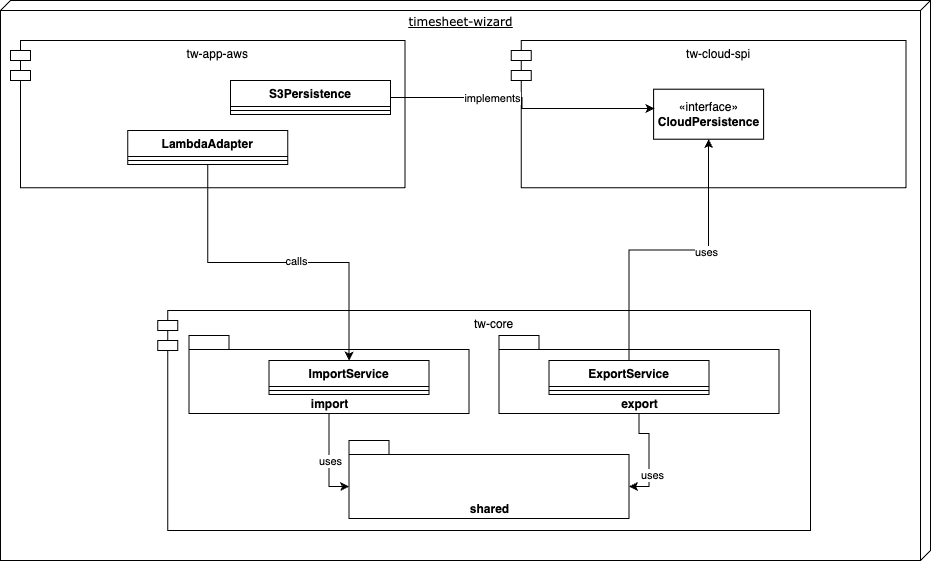
The draw.io diagram docs/assets/static.drawio.png in tinohertlein/timesheet-wizard, before a commit. Source tidied: cells renumbered, new cells last; positions are measured from the earlier drawing's top-left corner, leaving out a move shared by most shapes. The source it was exported from:
```xml
<mxGraphModel>
  <root>
    <mxCell id="0" />
    <mxCell id="1" parent="0" />
    <mxCell id="2" style="group;align=center;verticalAlign=bottom;" parent="1" vertex="1">
      <mxGeometry width="930" height="560" as="geometry" />
    </mxCell>
    <mxCell id="3" value="timesheet-wizard" style="verticalAlign=top;align=center;spacingTop=8;spacingLeft=2;spacingRight=12;shape=cube;size=10;direction=south;fontStyle=4;html=1;rounded=0;shadow=0;comic=0;labelBackgroundColor=none;strokeWidth=1;fontFamily=Verdana;fontSize=12;" parent="2" vertex="1">
      <mxGeometry width="930" height="560" as="geometry" />
    </mxCell>
    <mxCell id="4" value="tw-app-aws" style="shape=module;align=left;spacingLeft=20;align=center;verticalAlign=top;" parent="2" vertex="1">
      <mxGeometry x="10" y="40" width="394.5" height="147.4" as="geometry" />
    </mxCell>
    <mxCell id="5" value="tw-cloud-spi" style="shape=module;align=left;spacingLeft=20;align=center;verticalAlign=top;" parent="2" vertex="1">
      <mxGeometry x="510.8" y="40" width="394.5" height="147.4" as="geometry" />
    </mxCell>
    <mxCell id="6" value="tw-core" style="shape=module;align=left;spacingLeft=20;align=center;verticalAlign=top;" parent="2" vertex="1">
      <mxGeometry x="157.2" y="310" width="652.8" height="220" as="geometry" />
    </mxCell>
    <mxCell id="7" value="«interface»&lt;br&gt;&lt;b&gt;CloudPersistence&lt;/b&gt;" style="html=1;" parent="2" vertex="1">
      <mxGeometry x="653.1" y="88.7" width="110" height="50" as="geometry" />
    </mxCell>
    <mxCell id="8" value="S3Persistence" style="swimlane;fontStyle=1;align=center;verticalAlign=top;horizontal=1;startSize=26;" parent="2" vertex="1">
      <mxGeometry x="230" y="80" width="160" height="34" as="geometry" />
    </mxCell>
    <mxCell id="9" style="line;strokeWidth=1;fillColor=none;align=left;verticalAlign=middle;spacingTop=-1;spacingLeft=3;spacingRight=3;labelPosition=right;strokeColor=inherit;" parent="8" vertex="1">
      <mxGeometry y="26" width="160" height="8" as="geometry" />
    </mxCell>
    <mxCell id="10" style="edgeStyle=orthogonalEdgeStyle;rounded=0;jettySize=auto;html=1;entryX=0.008;entryY=0.386;entryDx=0;entryDy=0;entryPerimeter=0;exitX=1;exitY=0.5;exitDx=0;exitDy=0;" parent="2" edge="1" source="8" target="7">
      <mxGeometry relative="1" as="geometry" />
    </mxCell>
    <mxCell id="11" value="implements" style="edgeLabel;html=1;align=center;verticalAlign=middle;" parent="10" vertex="1">
      <mxGeometry x="-0.27" relative="1" as="geometry" />
    </mxCell>
    <mxCell id="12" value="LambdaAdapter" style="swimlane;fontStyle=1;align=center;verticalAlign=top;horizontal=1;startSize=26;" parent="2" vertex="1">
      <mxGeometry x="127.3" y="130" width="160" height="34" as="geometry" />
    </mxCell>
    <mxCell id="13" style="line;strokeWidth=1;fillColor=none;align=left;verticalAlign=middle;spacingTop=-1;spacingLeft=3;spacingRight=3;labelPosition=right;strokeColor=inherit;" parent="12" vertex="1">
      <mxGeometry y="26" width="160" height="8" as="geometry" />
    </mxCell>
    <mxCell id="14" style="edgeStyle=orthogonalEdgeStyle;rounded=0;jettySize=auto;html=1;exitX=0.5;exitY=1;exitDx=0;exitDy=0;exitPerimeter=0;entryX=0;entryY=0;entryDx=0;entryDy=46;entryPerimeter=0;" parent="2" edge="1" source="16" target="24">
      <mxGeometry relative="1" as="geometry" />
    </mxCell>
    <mxCell id="15" value="uses" style="edgeLabel;html=1;align=center;verticalAlign=middle;" parent="14" vertex="1">
      <mxGeometry x="0.03" y="1" relative="1" as="geometry" />
    </mxCell>
    <mxCell id="16" value="import" style="shape=folder;fontStyle=1;spacingTop=10;tabWidth=40;tabHeight=14;tabPosition=left;html=1;verticalAlign=bottom;" parent="2" vertex="1">
      <mxGeometry x="188.6" y="335" width="280" height="78" as="geometry" />
    </mxCell>
    <mxCell id="17" value="ImportService" style="swimlane;fontStyle=1;align=center;verticalAlign=top;horizontal=1;startSize=26;" parent="2" vertex="1">
      <mxGeometry x="268.6" y="360" width="160" height="34" as="geometry" />
    </mxCell>
    <mxCell id="18" style="line;strokeWidth=1;fillColor=none;align=left;verticalAlign=middle;spacingTop=-1;spacingLeft=3;spacingRight=3;labelPosition=right;strokeColor=inherit;" parent="17" vertex="1">
      <mxGeometry y="26" width="160" height="8" as="geometry" />
    </mxCell>
    <mxCell id="19" style="edgeStyle=orthogonalEdgeStyle;rounded=0;jettySize=auto;html=1;entryX=0;entryY=0;entryDx=280;entryDy=46;entryPerimeter=0;" parent="2" edge="1" source="21" target="24">
      <mxGeometry relative="1" as="geometry" />
    </mxCell>
    <mxCell id="20" value="uses" style="edgeLabel;html=1;align=center;verticalAlign=middle;" parent="19" vertex="1">
      <mxGeometry x="0.38" y="3" relative="1" as="geometry" />
    </mxCell>
    <mxCell id="21" value="export" style="shape=folder;fontStyle=1;spacingTop=10;tabWidth=40;tabHeight=14;tabPosition=left;html=1;verticalAlign=bottom;" parent="2" vertex="1">
      <mxGeometry x="498.6" y="335" width="280" height="78" as="geometry" />
    </mxCell>
    <mxCell id="22" value="ExportService" style="swimlane;fontStyle=1;align=center;verticalAlign=top;horizontal=1;startSize=26;" parent="2" vertex="1">
      <mxGeometry x="548.6" y="360" width="160" height="34" as="geometry" />
    </mxCell>
    <mxCell id="23" style="line;strokeWidth=1;fillColor=none;align=left;verticalAlign=middle;spacingTop=-1;spacingLeft=3;spacingRight=3;labelPosition=right;strokeColor=inherit;" parent="22" vertex="1">
      <mxGeometry y="26" width="160" height="8" as="geometry" />
    </mxCell>
    <mxCell id="24" value="shared" style="shape=folder;fontStyle=1;spacingTop=10;tabWidth=40;tabHeight=14;tabPosition=left;html=1;verticalAlign=bottom;" parent="2" vertex="1">
      <mxGeometry x="348.6" y="440" width="280" height="78" as="geometry" />
    </mxCell>
    <mxCell id="25" style="edgeStyle=orthogonalEdgeStyle;rounded=0;jettySize=auto;html=1;exitX=0.5;exitY=0;exitDx=0;exitDy=0;entryX=0.5;entryY=1;entryDx=0;entryDy=0;" parent="2" edge="1" source="22" target="7">
      <mxGeometry relative="1" as="geometry" />
    </mxCell>
    <mxCell id="26" value="uses" style="edgeLabel;html=1;align=center;verticalAlign=middle;" parent="25" vertex="1">
      <mxGeometry x="0.25" y="-2" relative="1" as="geometry" />
    </mxCell>
    <mxCell id="27" style="edgeStyle=orthogonalEdgeStyle;rounded=0;jettySize=auto;html=1;exitX=0.5;exitY=1;exitDx=0;exitDy=0;entryX=0.5;entryY=0;entryDx=0;entryDy=0;" parent="2" edge="1" source="12" target="17">
      <mxGeometry relative="1" as="geometry" />
    </mxCell>
    <mxCell id="28" value="calls" style="edgeLabel;html=1;align=center;verticalAlign=middle;" parent="27" vertex="1">
      <mxGeometry x="0.1" y="2" relative="1" as="geometry" />
    </mxCell>
  </root>
</mxGraphModel>
```
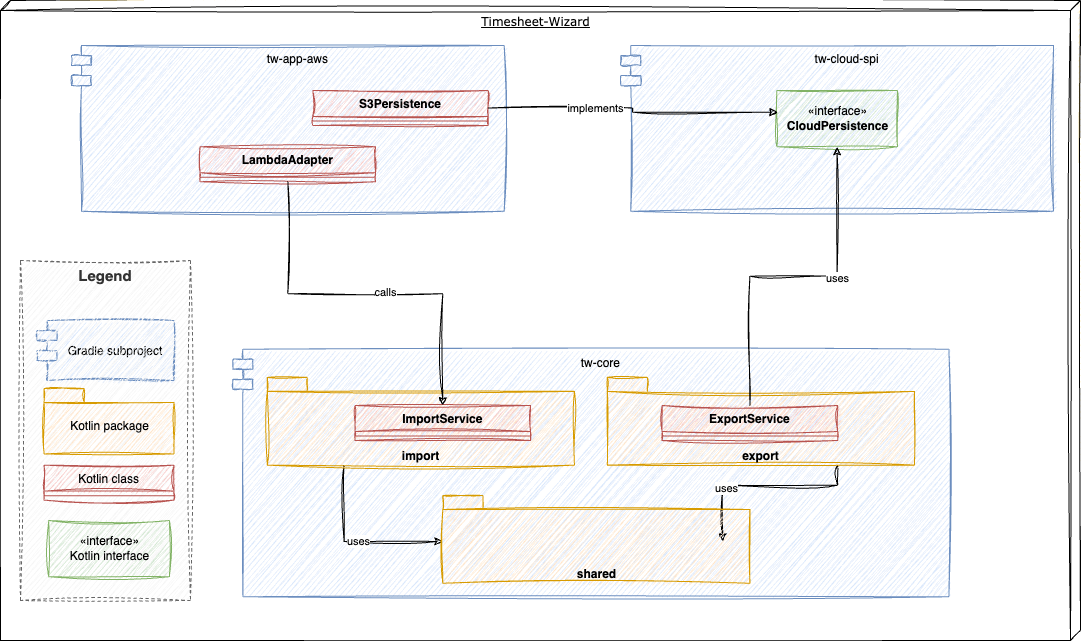
The same diagram one commit later.

Commit message:
docs: use sketch-style for diagrams in README.md to

Change to the diagram source:
```diff
@@ -2,86 +2,104 @@
   <root>
     <mxCell id="0" />
     <mxCell id="1" parent="0" />
-    <mxCell id="2" style="group;align=center;verticalAlign=bottom;" parent="1" vertex="1">
-      <mxGeometry width="930" height="560" as="geometry" />
+    <mxCell id="2" style="group;align=center;verticalAlign=bottom;sketch=1;curveFitting=1;jiggle=2;rounded=0;fillColor=#fff2cc;strokeColor=#d6b656;" parent="1" vertex="1">
+      <mxGeometry width="1020" height="630" as="geometry" />
     </mxCell>
-    <mxCell id="3" value="timesheet-wizard" style="verticalAlign=top;align=center;spacingTop=8;spacingLeft=2;spacingRight=12;shape=cube;size=10;direction=south;fontStyle=4;html=1;rounded=0;shadow=0;comic=0;labelBackgroundColor=none;strokeWidth=1;fontFamily=Verdana;fontSize=12;" parent="2" vertex="1">
-      <mxGeometry width="930" height="560" as="geometry" />
+    <mxCell id="3" value="Timesheet-Wizard" style="verticalAlign=top;align=center;spacingTop=8;spacingLeft=2;spacingRight=12;shape=cube;size=10;direction=south;fontStyle=4;html=1;rounded=0;shadow=0;comic=0;labelBackgroundColor=none;strokeWidth=1;fontFamily=Verdana;fontSize=12;sketch=1;curveFitting=1;jiggle=2;" parent="1" vertex="1">
+      <mxGeometry x="-60" width="1080" height="640" as="geometry" />
     </mxCell>
-    <mxCell id="4" value="tw-app-aws" style="shape=module;align=left;spacingLeft=20;align=center;verticalAlign=top;" parent="2" vertex="1">
-      <mxGeometry x="10" y="40" width="394.5" height="147.4" as="geometry" />
+    <mxCell id="4" value="tw-app-aws" style="shape=module;align=left;spacingLeft=20;align=center;verticalAlign=top;fillColor=#dae8fc;strokeColor=#6c8ebf;sketch=1;curveFitting=1;jiggle=2;" parent="1" vertex="1">
+      <mxGeometry x="11" y="45" width="432.7" height="165.8" as="geometry" />
     </mxCell>
-    <mxCell id="5" value="tw-cloud-spi" style="shape=module;align=left;spacingLeft=20;align=center;verticalAlign=top;" parent="2" vertex="1">
-      <mxGeometry x="510.8" y="40" width="394.5" height="147.4" as="geometry" />
+    <mxCell id="5" value="tw-cloud-spi" style="shape=module;align=left;spacingLeft=20;align=center;verticalAlign=top;fillColor=#dae8fc;strokeColor=#6c8ebf;sketch=1;curveFitting=1;jiggle=2;" parent="1" vertex="1">
+      <mxGeometry x="560.3" y="45" width="432.7" height="165.8" as="geometry" />
     </mxCell>
-    <mxCell id="6" value="tw-core" style="shape=module;align=left;spacingLeft=20;align=center;verticalAlign=top;" parent="2" vertex="1">
-      <mxGeometry x="157.2" y="310" width="652.8" height="220" as="geometry" />
+    <mxCell id="6" value="tw-core" style="shape=module;align=left;spacingLeft=20;align=center;verticalAlign=top;fillColor=#dae8fc;strokeColor=#6c8ebf;sketch=1;curveFitting=1;jiggle=2;" parent="1" vertex="1">
+      <mxGeometry x="172.4" y="348.8" width="716" height="247.5" as="geometry" />
     </mxCell>
-    <mxCell id="7" value="«interface»&lt;br&gt;&lt;b&gt;CloudPersistence&lt;/b&gt;" style="html=1;" parent="2" vertex="1">
-      <mxGeometry x="653.1" y="88.7" width="110" height="50" as="geometry" />
+    <mxCell id="7" value="«interface»&lt;br&gt;&lt;b&gt;CloudPersistence&lt;/b&gt;" style="html=1;fillColor=#d5e8d4;strokeColor=#82b366;sketch=1;curveFitting=1;jiggle=2;" parent="1" vertex="1">
+      <mxGeometry x="716.3" y="90" width="120.6" height="56.2" as="geometry" />
     </mxCell>
-    <mxCell id="8" value="S3Persistence" style="swimlane;fontStyle=1;align=center;verticalAlign=top;horizontal=1;startSize=26;" parent="2" vertex="1">
-      <mxGeometry x="230" y="80" width="160" height="34" as="geometry" />
+    <mxCell id="8" value="S3Persistence" style="swimlane;fontStyle=1;align=center;verticalAlign=top;horizontal=1;startSize=26;fillColor=#f8cecc;strokeColor=#b85450;sketch=1;curveFitting=1;jiggle=2;" parent="1" vertex="1">
+      <mxGeometry x="252.3" y="90" width="175.5" height="35" as="geometry" />
     </mxCell>
     <mxCell id="9" style="line;strokeWidth=1;fillColor=none;align=left;verticalAlign=middle;spacingTop=-1;spacingLeft=3;spacingRight=3;labelPosition=right;strokeColor=inherit;" parent="8" vertex="1">
-      <mxGeometry y="26" width="160" height="8" as="geometry" />
+      <mxGeometry y="26" width="175.5" height="9" as="geometry" />
     </mxCell>
-    <mxCell id="10" style="edgeStyle=orthogonalEdgeStyle;rounded=0;jettySize=auto;html=1;entryX=0.008;entryY=0.386;entryDx=0;entryDy=0;entryPerimeter=0;exitX=1;exitY=0.5;exitDx=0;exitDy=0;" parent="2" edge="1" source="8" target="7">
+    <mxCell id="10" style="edgeStyle=orthogonalEdgeStyle;rounded=0;jettySize=auto;html=1;entryX=0.008;entryY=0.386;entryDx=0;entryDy=0;entryPerimeter=0;exitX=1;exitY=0.5;exitDx=0;exitDy=0;sketch=1;curveFitting=1;jiggle=2;" parent="1" edge="1" source="8" target="7">
       <mxGeometry relative="1" as="geometry" />
     </mxCell>
     <mxCell id="11" value="implements" style="edgeLabel;html=1;align=center;verticalAlign=middle;" parent="10" vertex="1">
       <mxGeometry x="-0.27" relative="1" as="geometry" />
     </mxCell>
-    <mxCell id="12" value="LambdaAdapter" style="swimlane;fontStyle=1;align=center;verticalAlign=top;horizontal=1;startSize=26;" parent="2" vertex="1">
-      <mxGeometry x="127.3" y="130" width="160" height="34" as="geometry" />
+    <mxCell id="12" value="LambdaAdapter" style="swimlane;fontStyle=1;align=center;verticalAlign=top;horizontal=1;startSize=26;fillColor=#f8cecc;strokeColor=#b85450;sketch=1;curveFitting=1;jiggle=2;" parent="1" vertex="1">
+      <mxGeometry x="139.6" y="146.2" width="175.5" height="35" as="geometry" />
     </mxCell>
     <mxCell id="13" style="line;strokeWidth=1;fillColor=none;align=left;verticalAlign=middle;spacingTop=-1;spacingLeft=3;spacingRight=3;labelPosition=right;strokeColor=inherit;" parent="12" vertex="1">
-      <mxGeometry y="26" width="160" height="8" as="geometry" />
+      <mxGeometry y="26" width="175.5" height="9" as="geometry" />
     </mxCell>
-    <mxCell id="14" style="edgeStyle=orthogonalEdgeStyle;rounded=0;jettySize=auto;html=1;exitX=0.5;exitY=1;exitDx=0;exitDy=0;exitPerimeter=0;entryX=0;entryY=0;entryDx=0;entryDy=46;entryPerimeter=0;" parent="2" edge="1" source="16" target="24">
+    <mxCell id="14" style="edgeStyle=orthogonalEdgeStyle;rounded=0;jettySize=auto;html=1;exitX=0.25;exitY=1;exitDx=0;exitDy=0;exitPerimeter=0;entryX=0;entryY=0;entryDx=0;entryDy=46;entryPerimeter=0;sketch=1;curveFitting=1;jiggle=2;shadow=0;" parent="1" edge="1" source="16" target="24">
       <mxGeometry relative="1" as="geometry" />
     </mxCell>
     <mxCell id="15" value="uses" style="edgeLabel;html=1;align=center;verticalAlign=middle;" parent="14" vertex="1">
       <mxGeometry x="0.03" y="1" relative="1" as="geometry" />
     </mxCell>
-    <mxCell id="16" value="import" style="shape=folder;fontStyle=1;spacingTop=10;tabWidth=40;tabHeight=14;tabPosition=left;html=1;verticalAlign=bottom;" parent="2" vertex="1">
-      <mxGeometry x="188.6" y="335" width="280" height="78" as="geometry" />
+    <mxCell id="16" value="import" style="shape=folder;fontStyle=1;spacingTop=10;tabWidth=40;tabHeight=14;tabPosition=left;html=1;verticalAlign=bottom;fillColor=#ffe6cc;strokeColor=#d79b00;sketch=1;curveFitting=1;jiggle=2;" parent="1" vertex="1">
+      <mxGeometry x="206.8" y="376.9" width="307.1" height="87.8" as="geometry" />
     </mxCell>
-    <mxCell id="17" value="ImportService" style="swimlane;fontStyle=1;align=center;verticalAlign=top;horizontal=1;startSize=26;" parent="2" vertex="1">
-      <mxGeometry x="268.6" y="360" width="160" height="34" as="geometry" />
+    <mxCell id="17" value="ImportService" style="swimlane;fontStyle=1;align=center;verticalAlign=top;horizontal=1;startSize=26;fillColor=#f8cecc;strokeColor=#b85450;sketch=1;curveFitting=1;jiggle=2;rounded=0;glass=0;shadow=0;" parent="1" vertex="1">
+      <mxGeometry x="294.6" y="405" width="175.5" height="35" as="geometry" />
     </mxCell>
     <mxCell id="18" style="line;strokeWidth=1;fillColor=none;align=left;verticalAlign=middle;spacingTop=-1;spacingLeft=3;spacingRight=3;labelPosition=right;strokeColor=inherit;" parent="17" vertex="1">
-      <mxGeometry y="26" width="160" height="8" as="geometry" />
+      <mxGeometry y="26" width="175.5" height="9" as="geometry" />
     </mxCell>
-    <mxCell id="19" style="edgeStyle=orthogonalEdgeStyle;rounded=0;jettySize=auto;html=1;entryX=0;entryY=0;entryDx=280;entryDy=46;entryPerimeter=0;" parent="2" edge="1" source="21" target="24">
+    <mxCell id="19" style="edgeStyle=orthogonalEdgeStyle;rounded=0;jettySize=auto;html=1;entryX=0;entryY=0;entryDx=280;entryDy=46;entryPerimeter=0;exitX=0.75;exitY=1;exitDx=0;exitDy=0;exitPerimeter=0;sketch=1;curveFitting=1;jiggle=2;shadow=0;" parent="1" edge="1" source="21" target="24">
       <mxGeometry relative="1" as="geometry" />
     </mxCell>
     <mxCell id="20" value="uses" style="edgeLabel;html=1;align=center;verticalAlign=middle;" parent="19" vertex="1">
       <mxGeometry x="0.38" y="3" relative="1" as="geometry" />
     </mxCell>
-    <mxCell id="21" value="export" style="shape=folder;fontStyle=1;spacingTop=10;tabWidth=40;tabHeight=14;tabPosition=left;html=1;verticalAlign=bottom;" parent="2" vertex="1">
-      <mxGeometry x="498.6" y="335" width="280" height="78" as="geometry" />
+    <mxCell id="21" value="export" style="shape=folder;fontStyle=1;spacingTop=10;tabWidth=40;tabHeight=14;tabPosition=left;html=1;verticalAlign=bottom;fillColor=#ffe6cc;strokeColor=#d79b00;sketch=1;curveFitting=1;jiggle=2;" parent="1" vertex="1">
+      <mxGeometry x="546.8" y="376.9" width="307.1" height="87.8" as="geometry" />
     </mxCell>
-    <mxCell id="22" value="ExportService" style="swimlane;fontStyle=1;align=center;verticalAlign=top;horizontal=1;startSize=26;" parent="2" vertex="1">
-      <mxGeometry x="548.6" y="360" width="160" height="34" as="geometry" />
+    <mxCell id="22" value="ExportService" style="swimlane;fontStyle=1;align=center;verticalAlign=top;horizontal=1;startSize=26;fillColor=#f8cecc;strokeColor=#b85450;sketch=1;curveFitting=1;jiggle=2;rounded=0;glass=0;shadow=0;" parent="1" vertex="1">
+      <mxGeometry x="601.7" y="405" width="175.5" height="35" as="geometry" />
     </mxCell>
     <mxCell id="23" style="line;strokeWidth=1;fillColor=none;align=left;verticalAlign=middle;spacingTop=-1;spacingLeft=3;spacingRight=3;labelPosition=right;strokeColor=inherit;" parent="22" vertex="1">
-      <mxGeometry y="26" width="160" height="8" as="geometry" />
+      <mxGeometry y="26" width="175.5" height="9" as="geometry" />
     </mxCell>
-    <mxCell id="24" value="shared" style="shape=folder;fontStyle=1;spacingTop=10;tabWidth=40;tabHeight=14;tabPosition=left;html=1;verticalAlign=bottom;" parent="2" vertex="1">
-      <mxGeometry x="348.6" y="440" width="280" height="78" as="geometry" />
+    <mxCell id="24" value="shared" style="shape=folder;fontStyle=1;spacingTop=10;tabWidth=40;tabHeight=14;tabPosition=left;html=1;verticalAlign=bottom;fillColor=#ffe6cc;strokeColor=#d79b00;sketch=1;curveFitting=1;jiggle=2;" parent="1" vertex="1">
+      <mxGeometry x="382.3" y="495" width="307.1" height="87.8" as="geometry" />
     </mxCell>
-    <mxCell id="25" style="edgeStyle=orthogonalEdgeStyle;rounded=0;jettySize=auto;html=1;exitX=0.5;exitY=0;exitDx=0;exitDy=0;entryX=0.5;entryY=1;entryDx=0;entryDy=0;" parent="2" edge="1" source="22" target="7">
+    <mxCell id="25" style="edgeStyle=orthogonalEdgeStyle;rounded=0;jettySize=auto;html=1;exitX=0.5;exitY=0;exitDx=0;exitDy=0;entryX=0.5;entryY=1;entryDx=0;entryDy=0;sketch=1;curveFitting=1;jiggle=2;" parent="1" edge="1" source="22" target="7">
       <mxGeometry relative="1" as="geometry" />
     </mxCell>
     <mxCell id="26" value="uses" style="edgeLabel;html=1;align=center;verticalAlign=middle;" parent="25" vertex="1">
       <mxGeometry x="0.25" y="-2" relative="1" as="geometry" />
     </mxCell>
-    <mxCell id="27" style="edgeStyle=orthogonalEdgeStyle;rounded=0;jettySize=auto;html=1;exitX=0.5;exitY=1;exitDx=0;exitDy=0;entryX=0.5;entryY=0;entryDx=0;entryDy=0;" parent="2" edge="1" source="12" target="17">
+    <mxCell id="27" style="edgeStyle=orthogonalEdgeStyle;rounded=0;jettySize=auto;html=1;exitX=0.5;exitY=1;exitDx=0;exitDy=0;entryX=0.5;entryY=0;entryDx=0;entryDy=0;sketch=1;curveFitting=1;jiggle=2;" parent="1" edge="1" source="12" target="17">
       <mxGeometry relative="1" as="geometry" />
     </mxCell>
     <mxCell id="28" value="calls" style="edgeLabel;html=1;align=center;verticalAlign=middle;" parent="27" vertex="1">
       <mxGeometry x="0.1" y="2" relative="1" as="geometry" />
     </mxCell>
+    <mxCell id="29" value="Gradle subproject" style="shape=module;align=left;spacingLeft=20;align=center;verticalAlign=middle;fillColor=#dae8fc;strokeColor=#6c8ebf;sketch=1;curveFitting=1;jiggle=2;" parent="1" vertex="1">
+      <mxGeometry x="-23.6" y="320" width="137.1" height="60" as="geometry" />
+    </mxCell>
+    <mxCell id="30" value="Legend" style="rounded=0;whiteSpace=wrap;html=1;dashed=1;fontColor=#333333;fillColor=#f5f5f5;strokeColor=#666666;sketch=1;curveFitting=1;jiggle=2;verticalAlign=top;fontStyle=1;fontSize=15;" parent="1" vertex="1">
+      <mxGeometry x="-40" y="260" width="170" height="340" as="geometry" />
+    </mxCell>
+    <mxCell id="31" value="Kotlin package" style="shape=folder;fontStyle=0;spacingTop=10;tabWidth=40;tabHeight=14;tabPosition=left;html=1;verticalAlign=middle;fillColor=#ffe6cc;strokeColor=#d79b00;sketch=1;curveFitting=1;jiggle=2;" parent="1" vertex="1">
+      <mxGeometry x="-16.5" y="388.1" width="130" height="65.4" as="geometry" />
+    </mxCell>
+    <mxCell id="32" value="Kotlin class" style="swimlane;fontStyle=0;align=center;verticalAlign=top;horizontal=1;startSize=26;fillColor=#f8cecc;strokeColor=#b85450;sketch=1;curveFitting=1;jiggle=2;rounded=0;glass=0;shadow=0;" parent="1" vertex="1">
+      <mxGeometry x="-16.5" y="464.6" width="130" height="35" as="geometry" />
+    </mxCell>
+    <mxCell id="33" style="line;strokeWidth=1;fillColor=none;align=left;verticalAlign=middle;spacingTop=-1;spacingLeft=3;spacingRight=3;labelPosition=right;strokeColor=inherit;" parent="32" vertex="1">
+      <mxGeometry y="26" width="130" height="9" as="geometry" />
+    </mxCell>
+    <mxCell id="34" value="«interface»&lt;br&gt;&lt;span&gt;Kotlin interface&lt;/span&gt;" style="html=1;fillColor=#d5e8d4;strokeColor=#82b366;sketch=1;curveFitting=1;jiggle=2;fontStyle=0;" parent="1" vertex="1">
+      <mxGeometry x="-11.8" y="520" width="120.6" height="56.2" as="geometry" />
+    </mxCell>
   </root>
 </mxGraphModel>
```
